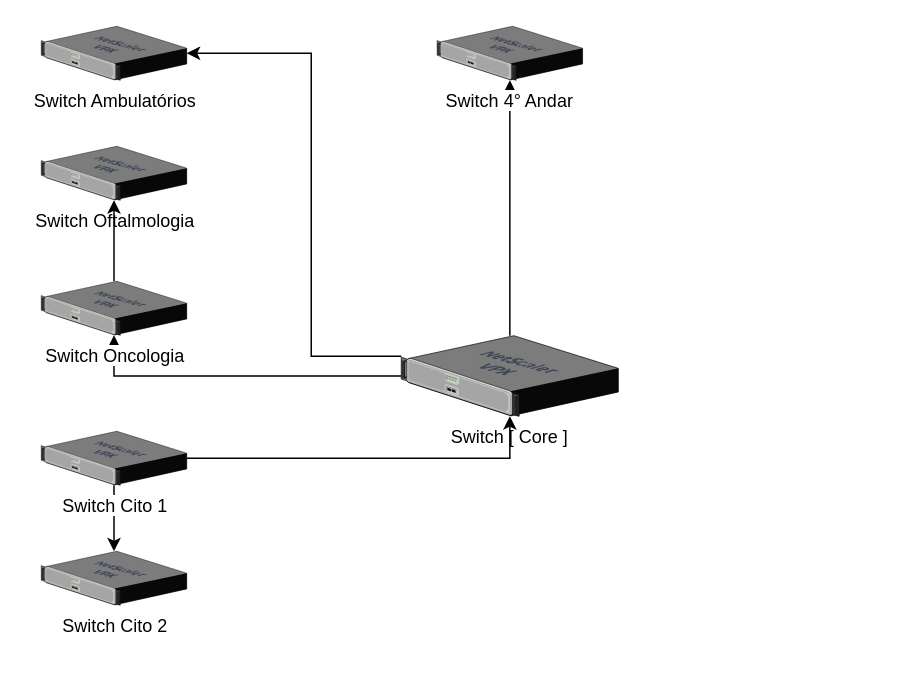
Earlier version of the draw.io diagram Diagrama sem nome.drawio (michaelrmartins/HEAA-Net_Topology). Source tidied: cells renumbered, new cells numbered last; positions are measured from the earlier drawing's top-left corner, leaving out a move shared by most shapes. Both pictures are drawn from the tidied source at 150%, with x=0, y=0 at pixel (40, 26).
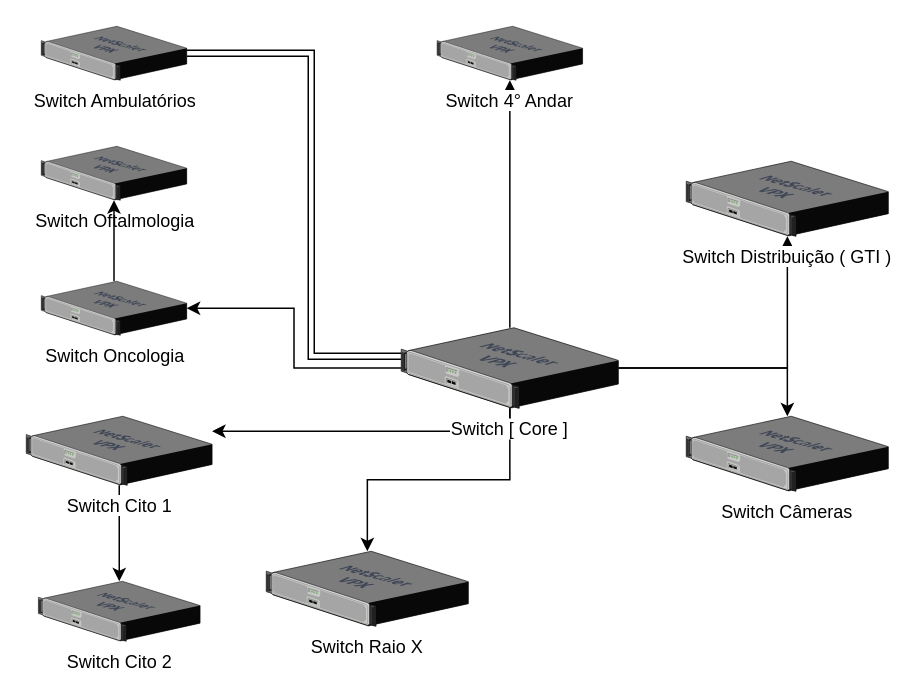
Above is the later version.

The change refers to these unchanged cells:
```xml
<mxCell id="12" value="Switch Ambulatórios" style="verticalLabelPosition=bottom;sketch=0;html=1;verticalAlign=top;strokeColor=none;align=center;outlineConnect=0;shape=mxgraph.citrix.netscaler_vpx;shadow=0;labelBackgroundColor=#FFFFFF;fillColor=default;" parent="1" vertex="1">
  <mxGeometry width="97" height="36" as="geometry" />
</mxCell>
```

What changed in the source:
```diff
@@
-    <mxCell id="4" style="edgeStyle=orthogonalEdgeStyle;rounded=0;jettySize=auto;html=1;" parent="1" edge="1" source="5" target="12">
+    <mxCell id="4" style="edgeStyle=orthogonalEdgeStyle;rounded=0;jettySize=auto;html=1;shape=link;" parent="1" edge="1" source="5" target="12">
       <mxGeometry relative="1" as="geometry">
         <Array as="points">
           <mxPoint x="180" y="220" />
           <mxPoint x="180" y="18" />
         </Array>
       </mxGeometry>
     </mxCell>
+    <mxCell id="15" style="edgeStyle=orthogonalEdgeStyle;rounded=0;jettySize=auto;html=1;" parent="1" edge="1" source="5" target="10">
+      <mxGeometry relative="1" as="geometry">
+        <Array as="points">
+          <mxPoint x="312" y="270" />
+        </Array>
+      </mxGeometry>
+    </mxCell>
+    <mxCell id="16" style="edgeStyle=orthogonalEdgeStyle;rounded=0;jettySize=auto;html=1;" parent="1" edge="1" source="5" target="19">
+      <mxGeometry relative="1" as="geometry" />
+    </mxCell>
+    <mxCell id="17" style="edgeStyle=orthogonalEdgeStyle;rounded=0;jettySize=auto;html=1;" parent="1" edge="1" source="5" target="20">
+      <mxGeometry relative="1" as="geometry" />
+    </mxCell>
+    <mxCell id="18" style="edgeStyle=orthogonalEdgeStyle;rounded=0;jettySize=auto;html=1;" parent="1" edge="1" source="5" target="21">
+      <mxGeometry relative="1" as="geometry" />
+    </mxCell>
     <mxCell id="5" value="Switch [ Core ]" style="verticalLabelPosition=bottom;sketch=0;html=1;verticalAlign=top;strokeColor=none;align=center;outlineConnect=0;shape=mxgraph.citrix.netscaler_vpx;shadow=0;labelBackgroundColor=#FFFFFF;fillColor=default;" parent="1" vertex="1">
-      <mxGeometry x="240" y="206.3" width="144.7" height="53.7" as="geometry" />
+      <mxGeometry x="240" y="201" width="144.7" height="53.7" as="geometry" />
     </mxCell>
@@
     <mxCell id="7" value="Switch Cito 2" style="verticalLabelPosition=bottom;sketch=0;html=1;verticalAlign=top;strokeColor=none;align=center;outlineConnect=0;shape=mxgraph.citrix.netscaler_vpx;shadow=0;labelBackgroundColor=#FFFFFF;fillColor=default;" parent="1" vertex="1">
-      <mxGeometry y="350" width="97" height="36" as="geometry" />
+      <mxGeometry x="-1.9" y="370" width="107.8" height="40" as="geometry" />
     </mxCell>
@@
-    <mxCell id="9" style="edgeStyle=orthogonalEdgeStyle;rounded=0;jettySize=auto;html=1;" parent="1" edge="1" source="10" target="5">
-      <mxGeometry relative="1" as="geometry" />
-    </mxCell>
     <mxCell id="10" value="Switch Cito 1" style="verticalLabelPosition=bottom;sketch=0;html=1;verticalAlign=top;strokeColor=none;align=center;outlineConnect=0;shape=mxgraph.citrix.netscaler_vpx;shadow=0;labelBackgroundColor=#FFFFFF;fillColor=default;" parent="1" vertex="1">
-      <mxGeometry y="270" width="97" height="36" as="geometry" />
+      <mxGeometry x="-10" y="260" width="123.9" height="46" as="geometry" />
     </mxCell>
@@
+    <mxCell id="19" value="Switch Raio X" style="verticalLabelPosition=bottom;sketch=0;html=1;verticalAlign=top;strokeColor=none;align=center;outlineConnect=0;shape=mxgraph.citrix.netscaler_vpx;shadow=0;labelBackgroundColor=#FFFFFF;fillColor=default;" parent="1" vertex="1">
+      <mxGeometry x="150" y="350" width="134.7" height="50" as="geometry" />
+    </mxCell>
+    <mxCell id="20" value="Switch Câmeras&lt;br&gt;" style="verticalLabelPosition=bottom;sketch=0;html=1;verticalAlign=top;strokeColor=none;align=center;outlineConnect=0;shape=mxgraph.citrix.netscaler_vpx;shadow=0;labelBackgroundColor=#FFFFFF;fillColor=default;" parent="1" vertex="1">
+      <mxGeometry x="430" y="260" width="134.7" height="50" as="geometry" />
+    </mxCell>
+    <mxCell id="21" value="Switch Distribuição ( GTI )" style="verticalLabelPosition=bottom;sketch=0;html=1;verticalAlign=top;strokeColor=none;align=center;outlineConnect=0;shape=mxgraph.citrix.netscaler_vpx;shadow=0;labelBackgroundColor=#FFFFFF;fillColor=default;" parent="1" vertex="1">
+      <mxGeometry x="430" y="90" width="134.7" height="50" as="geometry" />
+    </mxCell>
```
